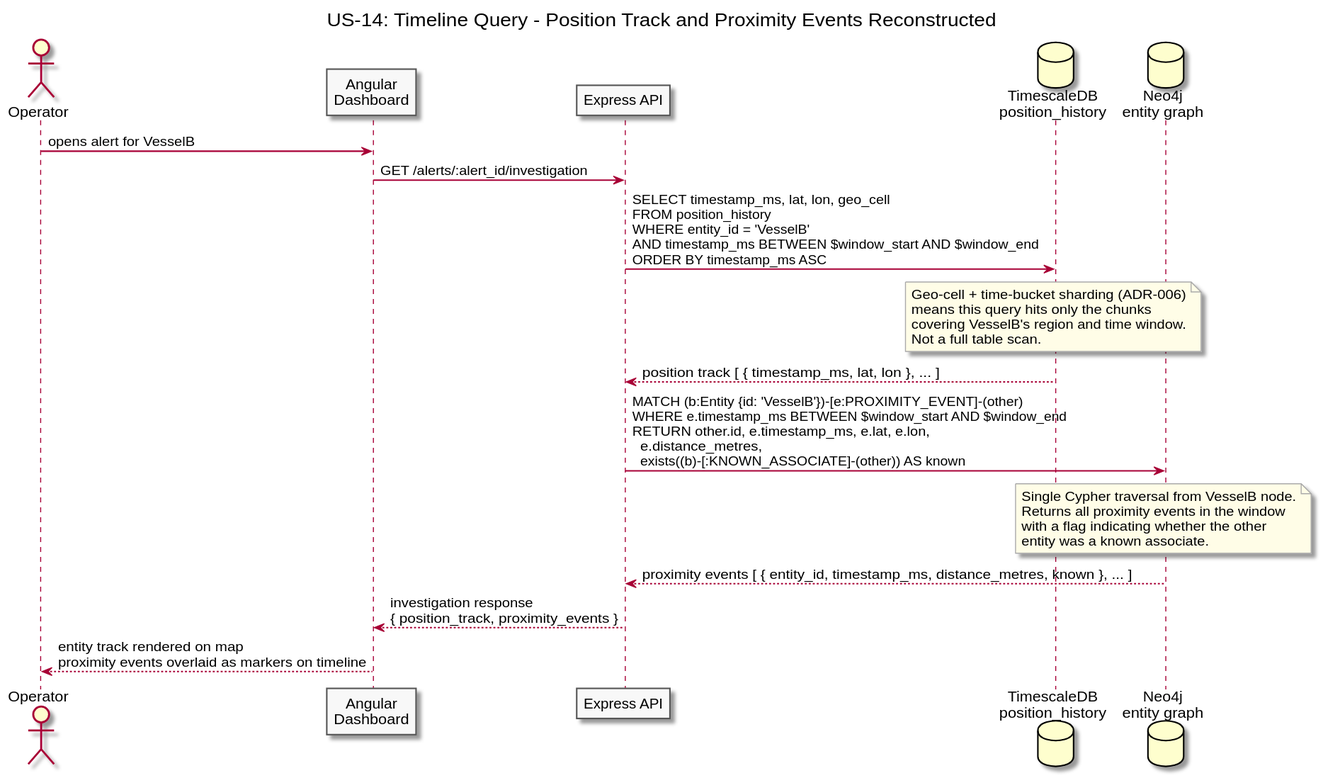
The PlantUML diagram diagrams/docs/use-cases/US-14-entity-investigation/timeline-query.svg in Buffden/sentinel, before a commit. Source of this version:
```plantuml
@startuml timeline-query
title US-14: Timeline Query - Position Track and Proximity Events Reconstructed

skinparam sequenceArrowThickness 1.5
skinparam participantBorderColor #555555
skinparam participantBackgroundColor #F8F8F8
skinparam noteBorderColor #AAAAAA
skinparam noteBackgroundColor #FFFDE7

actor Operator
participant "Angular\nDashboard" as Dashboard
participant "Express API" as API
database "TimescaleDB\nposition_history" as TSDB
database "Neo4j\nentity graph" as Neo4j

Operator -> Dashboard : opens alert for VesselB
Dashboard -> API : GET /alerts/:alert_id/investigation

API -> TSDB : SELECT timestamp_ms, lat, lon, geo_cell\nFROM position_history\nWHERE entity_id = 'VesselB'\nAND timestamp_ms BETWEEN $window_start AND $window_end\nORDER BY timestamp_ms ASC

note over TSDB
  Geo-cell + time-bucket sharding (ADR-006)
  means this query hits only the chunks
  covering VesselB's region and time window.
  Not a full table scan.
end note

TSDB --> API : position track [ { timestamp_ms, lat, lon }, ... ]

API -> Neo4j : MATCH (b:Entity {id: 'VesselB'})-[e:PROXIMITY_EVENT]-(other)\nWHERE e.timestamp_ms BETWEEN $window_start AND $window_end\nRETURN other.id, e.timestamp_ms, e.lat, e.lon,\n  e.distance_metres,\n  exists((b)-[:KNOWN_ASSOCIATE]-(other)) AS known

note over Neo4j
  Single Cypher traversal from VesselB node.
  Returns all proximity events in the window
  with a flag indicating whether the other
  entity was a known associate.
end note

Neo4j --> API : proximity events [ { entity_id, timestamp_ms, distance_metres, known }, ... ]

API --> Dashboard : investigation response\n{ position_track, proximity_events }
Dashboard --> Operator : entity track rendered on map\nproximity events overlaid as markers on timeline

@enduml
```
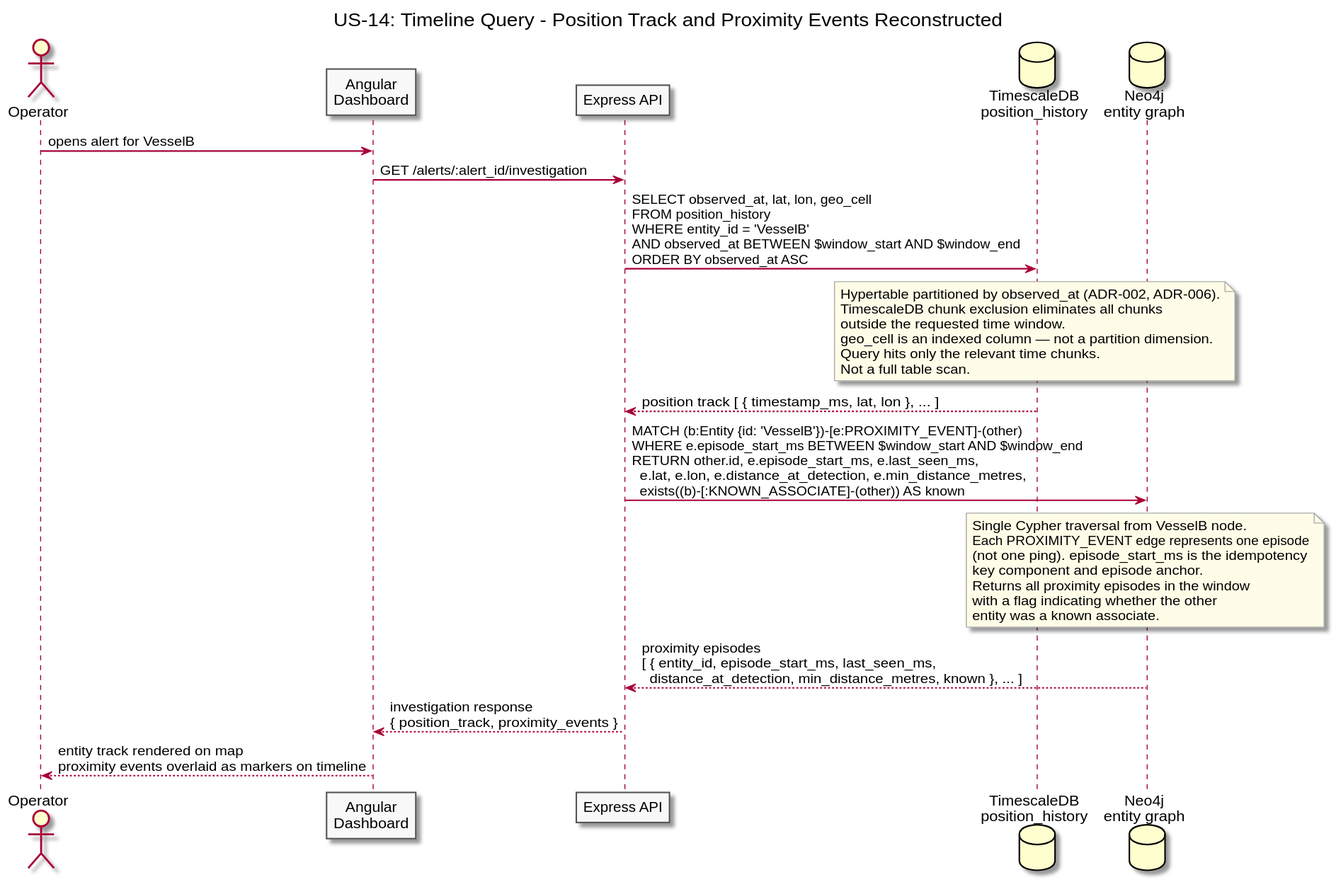
Later version of the same file.

Diff of the diagram source:
```diff
@@ -16,27 +16,32 @@
 Operator -> Dashboard : opens alert for VesselB
 Dashboard -> API : GET /alerts/:alert_id/investigation
 
-API -> TSDB : SELECT timestamp_ms, lat, lon, geo_cell\nFROM position_history\nWHERE entity_id = 'VesselB'\nAND timestamp_ms BETWEEN $window_start AND $window_end\nORDER BY timestamp_ms ASC
+API -> TSDB : SELECT observed_at, lat, lon, geo_cell\nFROM position_history\nWHERE entity_id = 'VesselB'\nAND observed_at BETWEEN $window_start AND $window_end\nORDER BY observed_at ASC
 
 note over TSDB
-  Geo-cell + time-bucket sharding (ADR-006)
-  means this query hits only the chunks
-  covering VesselB's region and time window.
+  Hypertable partitioned by observed_at (ADR-002, ADR-006).
+  TimescaleDB chunk exclusion eliminates all chunks
+  outside the requested time window.
+  geo_cell is an indexed column — not a partition dimension.
+  Query hits only the relevant time chunks.
   Not a full table scan.
 end note
 
 TSDB --> API : position track [ { timestamp_ms, lat, lon }, ... ]
 
-API -> Neo4j : MATCH (b:Entity {id: 'VesselB'})-[e:PROXIMITY_EVENT]-(other)\nWHERE e.timestamp_ms BETWEEN $window_start AND $window_end\nRETURN other.id, e.timestamp_ms, e.lat, e.lon,\n  e.distance_metres,\n  exists((b)-[:KNOWN_ASSOCIATE]-(other)) AS known
+API -> Neo4j : MATCH (b:Entity {id: 'VesselB'})-[e:PROXIMITY_EVENT]-(other)\nWHERE e.episode_start_ms BETWEEN $window_start AND $window_end\nRETURN other.id, e.episode_start_ms, e.last_seen_ms,\n  e.lat, e.lon, e.distance_at_detection, e.min_distance_metres,\n  exists((b)-[:KNOWN_ASSOCIATE]-(other)) AS known
 
 note over Neo4j
   Single Cypher traversal from VesselB node.
-  Returns all proximity events in the window
+  Each PROXIMITY_EVENT edge represents one episode
+  (not one ping). episode_start_ms is the idempotency
+  key component and episode anchor.
+  Returns all proximity episodes in the window
   with a flag indicating whether the other
   entity was a known associate.
 end note
 
-Neo4j --> API : proximity events [ { entity_id, timestamp_ms, distance_metres, known }, ... ]
+Neo4j --> API : proximity episodes\n[ { entity_id, episode_start_ms, last_seen_ms,\n  distance_at_detection, min_distance_metres, known }, ... ]
 
 API --> Dashboard : investigation response\n{ position_track, proximity_events }
 Dashboard --> Operator : entity track rendered on map\nproximity events overlaid as markers on timeline
```
